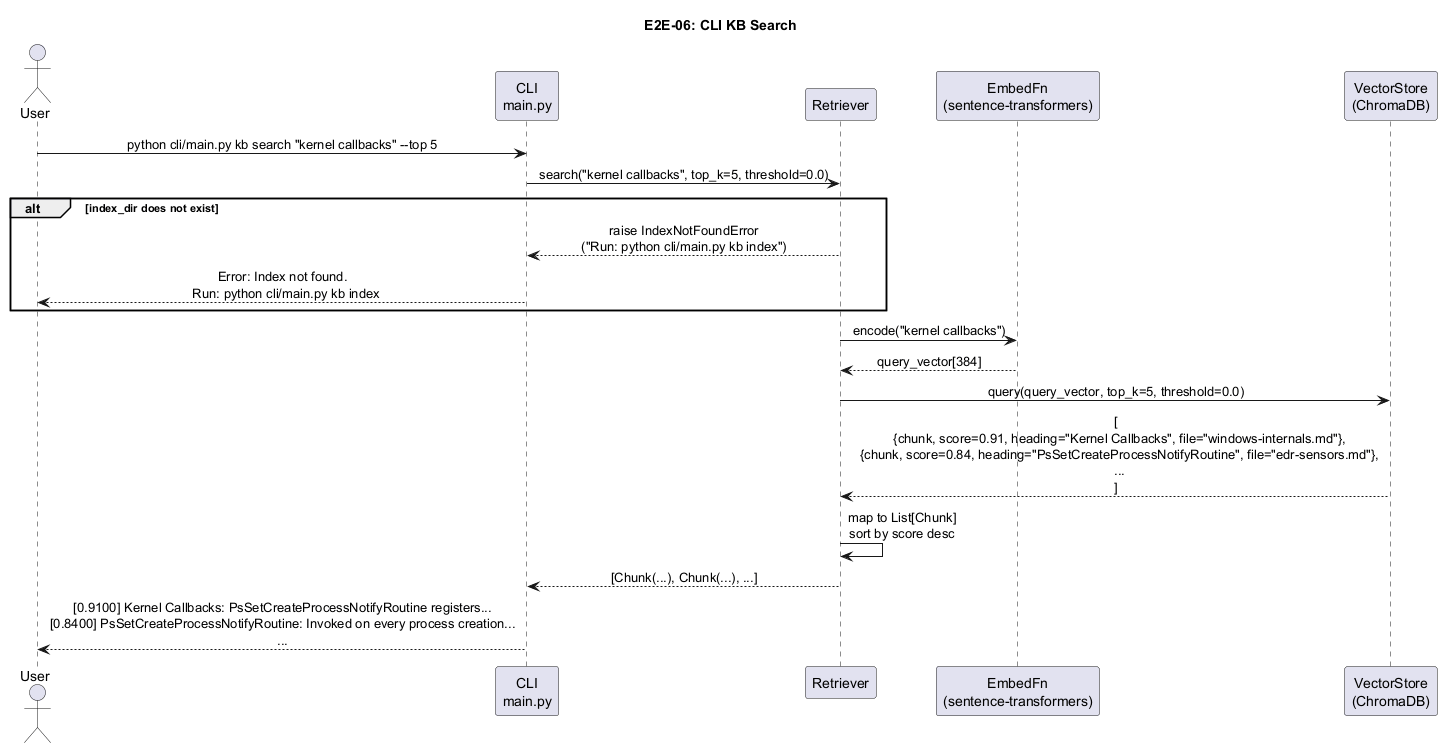
This is docs/specs/modules/e2e-06-kb-search.png from mailtocsprasad/ai-kb-quiz, a PlantUML export, as it was before one commit. Source of this version:
```plantuml
@startuml e2e-06-kb-search
skinparam sequenceMessageAlign center
title E2E-06: CLI KB Search

actor User
participant "CLI\nmain.py" as CLI
participant "Retriever" as RET
participant "EmbedFn\n(sentence-transformers)" as EMB
participant "VectorStore\n(ChromaDB)" as VS

User -> CLI : python cli/main.py kb search "kernel callbacks" --top 5

CLI -> RET : search("kernel callbacks", top_k=5, threshold=0.0)

alt index_dir does not exist
  RET --> CLI : raise IndexNotFoundError\n("Run: python cli/main.py kb index")
  CLI --> User : Error: Index not found.\n  Run: python cli/main.py kb index
end

RET -> EMB : encode("kernel callbacks")
EMB --> RET : query_vector[384]

RET -> VS : query(query_vector, top_k=5, threshold=0.0)
VS --> RET : [\n  {chunk, score=0.91, heading="Kernel Callbacks", file="windows-internals.md"},\n  {chunk, score=0.84, heading="PsSetCreateProcessNotifyRoutine", file="edr-sensors.md"},\n  ...\n]

RET -> RET : map to List[Chunk]\nsort by score desc

RET --> CLI : [Chunk(...), Chunk(...), ...]

CLI --> User : [0.9100] Kernel Callbacks: PsSetCreateProcessNotifyRoutine registers...\n[0.8400] PsSetCreateProcessNotifyRoutine: Invoked on every process creation...\n...

@enduml
```
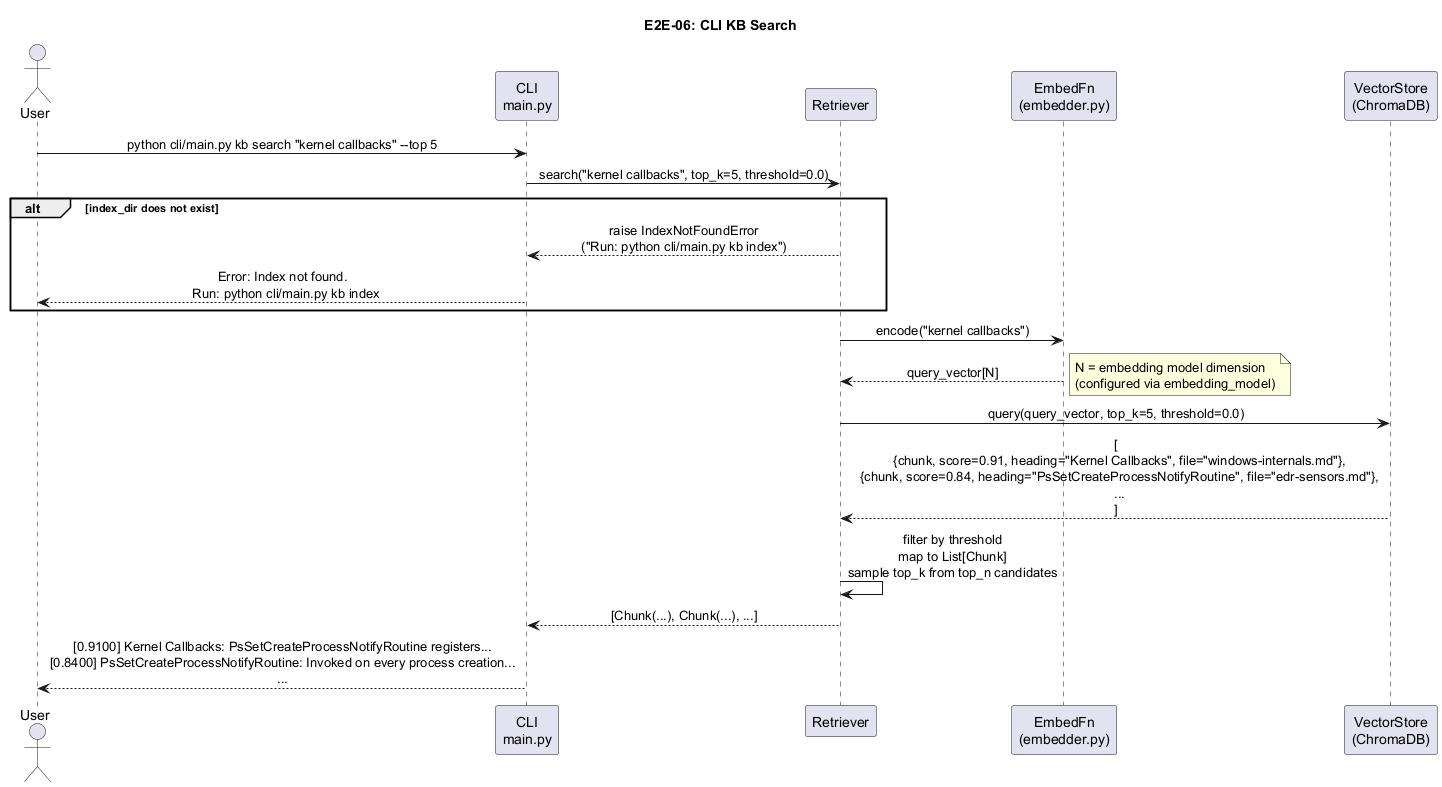
The same diagram one commit later.

What changed in the source:
```diff
@@ -5,7 +5,7 @@
 actor User
 participant "CLI\nmain.py" as CLI
 participant "Retriever" as RET
-participant "EmbedFn\n(sentence-transformers)" as EMB
+participant "EmbedFn\n(embedder.py)" as EMB
 participant "VectorStore\n(ChromaDB)" as VS
 
 User -> CLI : python cli/main.py kb search "kernel callbacks" --top 5
@@ -18,12 +18,13 @@
 end
 
 RET -> EMB : encode("kernel callbacks")
-EMB --> RET : query_vector[384]
+EMB --> RET : query_vector[N]
+note right : N = embedding model dimension\n(configured via embedding_model)
 
 RET -> VS : query(query_vector, top_k=5, threshold=0.0)
 VS --> RET : [\n  {chunk, score=0.91, heading="Kernel Callbacks", file="windows-internals.md"},\n  {chunk, score=0.84, heading="PsSetCreateProcessNotifyRoutine", file="edr-sensors.md"},\n  ...\n]
 
-RET -> RET : map to List[Chunk]\nsort by score desc
+RET -> RET : filter by threshold\nmap to List[Chunk]\nsample top_k from top_n candidates
 
 RET --> CLI : [Chunk(...), Chunk(...), ...]
 
```
